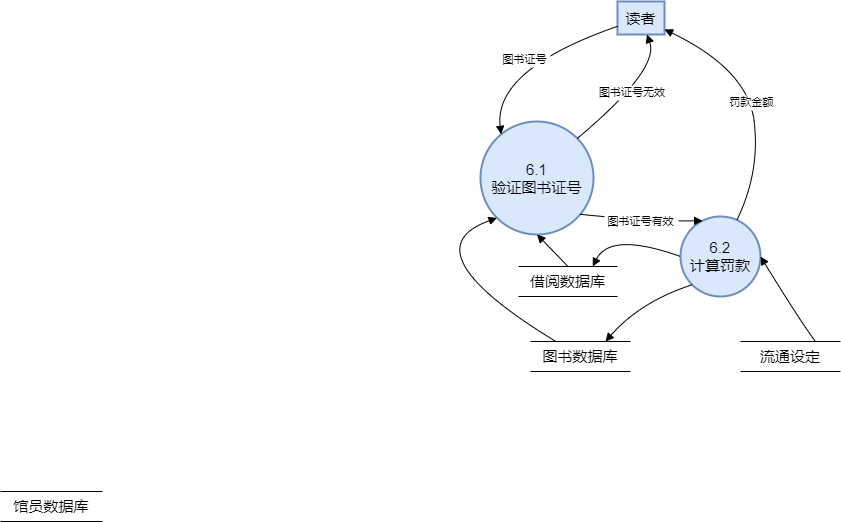
Before: 软件工程-图书挂失.drawio.png, a diagram exported from draw.io (sjgcsf/os---). Source tidied: cells renumbered, new cells last; positions are measured from the earlier drawing's top-left corner, leaving out a move shared by most shapes. Source of this version:
```xml
<mxGraphModel>
  <root>
    <mxCell id="0" />
    <mxCell id="1" parent="0" />
    <mxCell id="2" value="读者" style="whiteSpace=wrap;strokeWidth=2;fontSize=15;fillColor=#dae8fc;strokeColor=#6c8ebf;" parent="1" vertex="1">
      <mxGeometry x="617" width="47" height="33" as="geometry" />
    </mxCell>
    <mxCell id="3" value="6.1&#10;验证图书证号" style="ellipse;strokeWidth=2;whiteSpace=wrap;fontSize=15;fillColor=#dae8fc;strokeColor=#6c8ebf;" parent="1" vertex="1">
      <mxGeometry x="480" y="120" width="113" height="113" as="geometry" />
    </mxCell>
    <mxCell id="4" value="6.2&#10;计算罚款" style="ellipse;strokeWidth=2;whiteSpace=wrap;fontSize=15;fillColor=#dae8fc;strokeColor=#6c8ebf;" parent="1" vertex="1">
      <mxGeometry x="680" y="215" width="80" height="80" as="geometry" />
    </mxCell>
    <mxCell id="5" value="图书证号" style="curved=1;startArrow=none;endArrow=block;exitX=-0.0015958420773769947;exitY=0.7525548136230878;entryX=0.09208644539951209;entryY=-0.0017699013769099142;rounded=0;" parent="1" edge="1" source="2" target="3">
      <mxGeometry relative="1" as="geometry">
        <Array as="points">
          <mxPoint x="493" y="68" />
        </Array>
      </mxGeometry>
    </mxCell>
    <mxCell id="6" value="图书证号无效" style="curved=1;startArrow=none;endArrow=block;exitX=0.9986725191099454;exitY=0.0047500217243658625;entryX=0.629816407042413;entryY=1.0121212583599668;rounded=0;" parent="1" edge="1" source="3" target="2">
      <mxGeometry relative="1" as="geometry">
        <Array as="points">
          <mxPoint x="659" y="68" />
        </Array>
      </mxGeometry>
    </mxCell>
    <mxCell id="7" style="curved=1;startArrow=none;endArrow=block;entryX=0;entryY=1;rounded=0;entryDx=0;entryDy=0;" parent="1" edge="1" source="13" target="3">
      <mxGeometry relative="1" as="geometry">
        <Array as="points">
          <mxPoint x="406" y="249" />
        </Array>
      </mxGeometry>
    </mxCell>
    <mxCell id="8" style="curved=1;startArrow=none;endArrow=block;exitX=0;exitY=0.5;entryX=0.5;entryY=1;rounded=0;exitDx=0;exitDy=0;entryDx=0;entryDy=0;" parent="1" edge="1" source="15" target="3">
      <mxGeometry relative="1" as="geometry" />
    </mxCell>
    <mxCell id="9" value="图书证号有效" style="curved=1;startArrow=none;endArrow=block;exitX=0.9986725191099454;exitY=0.9175652151687254;entryX=0.2434374426500355;entryY=-0.002500009536743164;rounded=0;" parent="1" edge="1" source="3" target="4">
      <mxGeometry relative="1" as="geometry">
        <Array as="points">
          <mxPoint x="650" y="220" />
        </Array>
      </mxGeometry>
    </mxCell>
    <mxCell id="10" value="罚款金额" style="curved=1;startArrow=none;endArrow=block;exitX=0.7339422602625291;exitY=-0.002500009536743164;entryX=0.998404157922623;entryY=0.8445800767277666;rounded=0;" parent="1" edge="1" source="4" target="2">
      <mxGeometry relative="1" as="geometry">
        <Array as="points">
          <mxPoint x="760" y="170" />
          <mxPoint x="747" y="68" />
        </Array>
      </mxGeometry>
    </mxCell>
    <mxCell id="11" style="curved=1;startArrow=none;endArrow=block;exitX=0;exitY=0.25;entryX=1;entryY=0.5;rounded=0;entryDx=0;entryDy=0;exitDx=0;exitDy=0;" parent="1" edge="1" source="14" target="4">
      <mxGeometry relative="1" as="geometry">
        <Array as="points">
          <mxPoint x="800" y="320" />
        </Array>
      </mxGeometry>
    </mxCell>
    <mxCell id="12" value="&lt;div style=&quot;text-align: left;&quot;&gt;&lt;span style=&quot;font-size: 15px; background-color: initial;&quot;&gt;馆员数据库&lt;/span&gt;&lt;br&gt;&lt;/div&gt;" style="shape=partialRectangle;whiteSpace=wrap;html=1;top=0;bottom=0;direction=south;" parent="1" vertex="1">
      <mxGeometry y="490" width="102" height="30" as="geometry" />
    </mxCell>
    <mxCell id="13" value="&lt;div style=&quot;text-align: left;&quot;&gt;&lt;font style=&quot;font-size: 15px;&quot;&gt;图书数据库&lt;/font&gt;&lt;br&gt;&lt;/div&gt;" style="shape=partialRectangle;whiteSpace=wrap;html=1;top=0;bottom=0;fillColor=none;direction=south;" parent="1" vertex="1">
      <mxGeometry x="530" y="340" width="100" height="30" as="geometry" />
    </mxCell>
    <mxCell id="14" value="&lt;div style=&quot;text-align: left;&quot;&gt;&lt;font style=&quot;font-size: 15px;&quot;&gt;流通设定&lt;/font&gt;&lt;br&gt;&lt;/div&gt;" style="shape=partialRectangle;whiteSpace=wrap;html=1;top=0;bottom=0;fillColor=none;direction=south;" parent="1" vertex="1">
      <mxGeometry x="740" y="340" width="100" height="30" as="geometry" />
    </mxCell>
    <mxCell id="15" value="&lt;div style=&quot;text-align: left;&quot;&gt;&lt;font style=&quot;font-size: 15px;&quot;&gt;借阅数据库&lt;/font&gt;&lt;br&gt;&lt;/div&gt;" style="shape=partialRectangle;whiteSpace=wrap;html=1;top=0;bottom=0;fillColor=none;direction=south;" parent="1" vertex="1">
      <mxGeometry x="518" y="265" width="99" height="30" as="geometry" />
    </mxCell>
    <mxCell id="16" style="curved=1;startArrow=none;endArrow=block;rounded=0;exitX=0;exitY=0.5;exitDx=0;exitDy=0;entryX=0;entryY=0.25;entryDx=0;entryDy=0;" parent="1" edge="1" source="4" target="15">
      <mxGeometry relative="1" as="geometry">
        <Array as="points">
          <mxPoint x="610" y="230" />
        </Array>
      </mxGeometry>
    </mxCell>
    <mxCell id="17" style="curved=1;startArrow=none;endArrow=block;rounded=0;exitX=0;exitY=1;exitDx=0;exitDy=0;entryX=0;entryY=0.25;entryDx=0;entryDy=0;" parent="1" edge="1" source="4" target="13">
      <mxGeometry relative="1" as="geometry">
        <Array as="points">
          <mxPoint x="640" y="300" />
        </Array>
      </mxGeometry>
    </mxCell>
  </root>
</mxGraphModel>
```
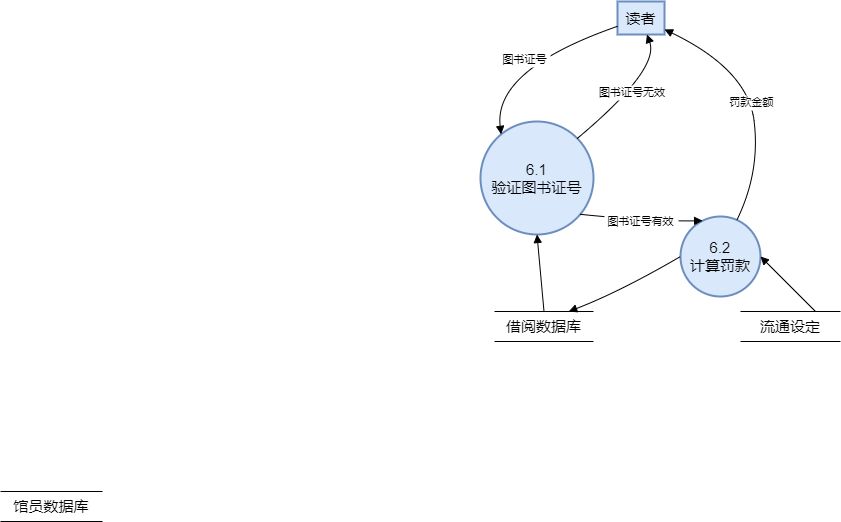
Above is the later version.

Commit message:
已添加 软件工程-图书挂失.drawio.png

What changed in the source:
```diff
@@ -25,13 +25,6 @@
         </Array>
       </mxGeometry>
     </mxCell>
-    <mxCell id="7" style="curved=1;startArrow=none;endArrow=block;entryX=0;entryY=1;rounded=0;entryDx=0;entryDy=0;" parent="1" edge="1" source="13" target="3">
-      <mxGeometry relative="1" as="geometry">
-        <Array as="points">
-          <mxPoint x="406" y="249" />
-        </Array>
-      </mxGeometry>
-    </mxCell>
     <mxCell id="8" style="curved=1;startArrow=none;endArrow=block;exitX=0;exitY=0.5;entryX=0.5;entryY=1;rounded=0;exitDx=0;exitDy=0;entryDx=0;entryDy=0;" parent="1" edge="1" source="15" target="3">
       <mxGeometry relative="1" as="geometry" />
     </mxCell>
@@ -51,37 +44,23 @@
       </mxGeometry>
     </mxCell>
     <mxCell id="11" style="curved=1;startArrow=none;endArrow=block;exitX=0;exitY=0.25;entryX=1;entryY=0.5;rounded=0;entryDx=0;entryDy=0;exitDx=0;exitDy=0;" parent="1" edge="1" source="14" target="4">
-      <mxGeometry relative="1" as="geometry">
-        <Array as="points">
-          <mxPoint x="800" y="320" />
-        </Array>
-      </mxGeometry>
+      <mxGeometry relative="1" as="geometry" />
     </mxCell>
     <mxCell id="12" value="&lt;div style=&quot;text-align: left;&quot;&gt;&lt;span style=&quot;font-size: 15px; background-color: initial;&quot;&gt;馆员数据库&lt;/span&gt;&lt;br&gt;&lt;/div&gt;" style="shape=partialRectangle;whiteSpace=wrap;html=1;top=0;bottom=0;direction=south;" parent="1" vertex="1">
       <mxGeometry y="490" width="102" height="30" as="geometry" />
     </mxCell>
-    <mxCell id="13" value="&lt;div style=&quot;text-align: left;&quot;&gt;&lt;font style=&quot;font-size: 15px;&quot;&gt;图书数据库&lt;/font&gt;&lt;br&gt;&lt;/div&gt;" style="shape=partialRectangle;whiteSpace=wrap;html=1;top=0;bottom=0;fillColor=none;direction=south;" parent="1" vertex="1">
-      <mxGeometry x="530" y="340" width="100" height="30" as="geometry" />
-    </mxCell>
     <mxCell id="14" value="&lt;div style=&quot;text-align: left;&quot;&gt;&lt;font style=&quot;font-size: 15px;&quot;&gt;流通设定&lt;/font&gt;&lt;br&gt;&lt;/div&gt;" style="shape=partialRectangle;whiteSpace=wrap;html=1;top=0;bottom=0;fillColor=none;direction=south;" parent="1" vertex="1">
-      <mxGeometry x="740" y="340" width="100" height="30" as="geometry" />
+      <mxGeometry x="740" y="310" width="100" height="30" as="geometry" />
     </mxCell>
     <mxCell id="15" value="&lt;div style=&quot;text-align: left;&quot;&gt;&lt;font style=&quot;font-size: 15px;&quot;&gt;借阅数据库&lt;/font&gt;&lt;br&gt;&lt;/div&gt;" style="shape=partialRectangle;whiteSpace=wrap;html=1;top=0;bottom=0;fillColor=none;direction=south;" parent="1" vertex="1">
-      <mxGeometry x="518" y="265" width="99" height="30" as="geometry" />
+      <mxGeometry x="494" y="310" width="99" height="30" as="geometry" />
     </mxCell>
     <mxCell id="16" style="curved=1;startArrow=none;endArrow=block;rounded=0;exitX=0;exitY=0.5;exitDx=0;exitDy=0;entryX=0;entryY=0.25;entryDx=0;entryDy=0;" parent="1" edge="1" source="4" target="15">
       <mxGeometry relative="1" as="geometry">
         <Array as="points">
-          <mxPoint x="610" y="230" />
+          <mxPoint x="620" y="290" />
         </Array>
       </mxGeometry>
     </mxCell>
-    <mxCell id="17" style="curved=1;startArrow=none;endArrow=block;rounded=0;exitX=0;exitY=1;exitDx=0;exitDy=0;entryX=0;entryY=0.25;entryDx=0;entryDy=0;" parent="1" edge="1" source="4" target="13">
-      <mxGeometry relative="1" as="geometry">
-        <Array as="points">
-          <mxPoint x="640" y="300" />
-        </Array>
-      </mxGeometry>
-    </mxCell>
   </root>
 </mxGraphModel>
```
